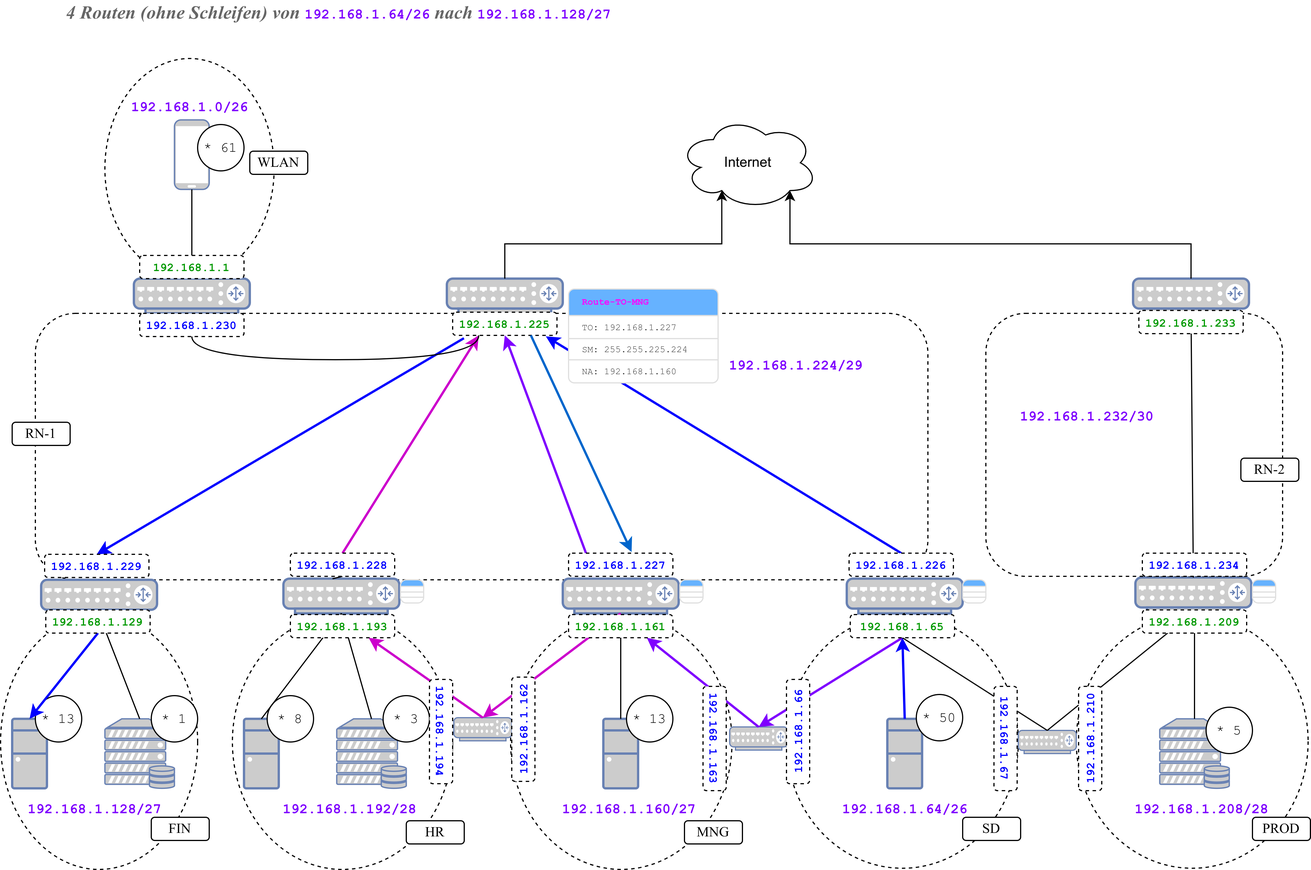
Before: sources/lf.09/img.lf/ipv4-segmentation-task-routes.png, a diagram exported from draw.io (pro-tirone-computatri/protico.ltx). Source tidied: cells renumbered, new cells last; positions are measured from the earlier drawing's top-left corner, leaving out a move shared by most shapes.
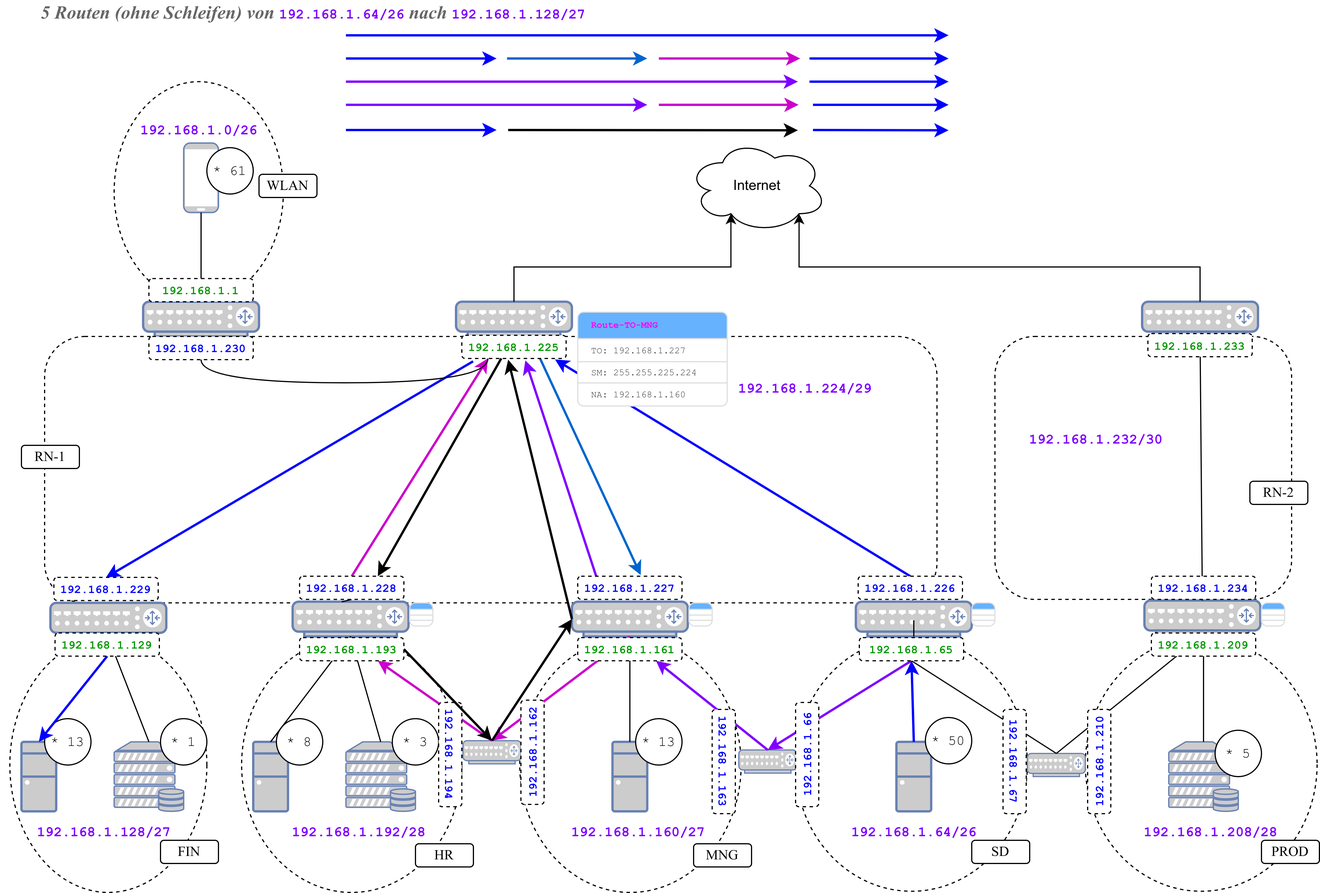
The same diagram one commit later.

What changed in the source:
```diff
@@ -2,6 +2,9 @@
   <root>
     <mxCell id="0" />
     <mxCell id="1" parent="0" />
+    <mxCell id="39" style="rounded=1;whiteSpace=wrap;html=1;dashed=1;" parent="1" vertex="1">
+      <mxGeometry x="850" y="270" width="256" height="227" as="geometry" />
+    </mxCell>
     <mxCell id="2" style="ellipse;whiteSpace=wrap;html=1;dashed=1;" parent="1" vertex="1">
       <mxGeometry x="90" y="50" width="146" height="190" as="geometry" />
     </mxCell>
@@ -107,15 +110,12 @@
     <mxCell id="36" style="endArrow=classic;html=1;rounded=0;entryX=0.25;entryY=1;entryDx=0;entryDy=0;exitX=0.5;exitY=0;exitDx=0;exitDy=0;strokeColor=#CC00CC;strokeWidth=2;endFill=1;" parent="1" edge="1" source="95" target="92">
       <mxGeometry relative="1" as="geometry" />
     </mxCell>
-    <mxCell id="37" style="endArrow=classic;html=1;rounded=0;entryX=0.5;entryY=1;entryDx=0;entryDy=0;exitX=0.25;exitY=1;exitDx=0;exitDy=0;strokeColor=#7F00FF;strokeWidth=2;startArrow=none;startFill=0;endFill=1;" parent="1" edge="1" source="128" target="92">
+    <mxCell id="37" style="endArrow=classic;html=1;rounded=0;entryX=0.609;entryY=1.081;entryDx=0;entryDy=0;exitX=0.25;exitY=1;exitDx=0;exitDy=0;strokeColor=#7F00FF;strokeWidth=2;startArrow=none;startFill=0;endFill=1;entryPerimeter=0;" parent="1" edge="1" source="128" target="92">
       <mxGeometry relative="1" as="geometry" />
     </mxCell>
     <mxCell id="38" style="endArrow=none;html=1;rounded=0;entryX=0.5;entryY=1;entryDx=0;entryDy=0;entryPerimeter=0;exitX=0.5;exitY=0;exitDx=0;exitDy=0;exitPerimeter=0;" parent="1" edge="1" source="92" target="30">
       <mxGeometry relative="1" as="geometry" />
     </mxCell>
-    <mxCell id="39" style="rounded=1;whiteSpace=wrap;html=1;dashed=1;" parent="1" vertex="1">
-      <mxGeometry x="850" y="270" width="256" height="227" as="geometry" />
-    </mxCell>
     <mxCell id="40" style="endArrow=none;html=1;rounded=0;entryX=0.5;entryY=1;entryDx=0;entryDy=0;entryPerimeter=0;exitX=0.5;exitY=0;exitDx=0;exitDy=0;exitPerimeter=0;" parent="1" edge="1" source="25" target="31">
       <mxGeometry relative="1" as="geometry" />
     </mxCell>
@@ -152,8 +152,10 @@
     <mxCell id="51" style="endArrow=classic;html=1;rounded=0;exitX=0.5;exitY=0;exitDx=0;exitDy=0;exitPerimeter=0;strokeColor=#0000FF;strokeWidth=2;entryX=0.5;entryY=1;entryDx=0;entryDy=0;endFill=1;" parent="1" edge="1" source="23" target="69">
       <mxGeometry relative="1" as="geometry" />
     </mxCell>
-    <mxCell id="52" style="endArrow=none;html=1;rounded=0;entryX=0.5;entryY=1;entryDx=0;entryDy=0;entryPerimeter=0;exitX=0.5;exitY=0;exitDx=0;exitDy=0;exitPerimeter=0;" parent="1" edge="1" source="69" target="22">
-      <mxGeometry relative="1" as="geometry" />
+    <mxCell id="52" style="endArrow=none;html=1;rounded=0;entryX=0.5;entryY=1;entryDx=0;entryDy=0;entryPerimeter=0;exitX=0.5;exitY=0;exitDx=0;exitDy=0;exitPerimeter=0;" parent="1" edge="1" target="22">
+      <mxGeometry relative="1" as="geometry">
+        <mxPoint x="780" y="515.1" as="sourcePoint" />
+      </mxGeometry>
     </mxCell>
     <mxCell id="53" style="fontColor=#0066CC;verticalAlign=top;verticalLabelPosition=bottom;labelPosition=center;align=center;html=1;outlineConnect=0;fillColor=#CCCCCC;strokeColor=#6881B3;gradientColor=none;gradientDirection=north;strokeWidth=2;shape=mxgraph.networks.router;" parent="1" vertex="1">
       <mxGeometry x="115" y="240" width="100" height="30" as="geometry" />
@@ -191,8 +193,8 @@
     <mxCell id="64" value="&lt;font face=&quot;Garamond&quot;&gt;RN-2&lt;/font&gt;" style="rounded=1;whiteSpace=wrap;html=1;" parent="1" vertex="1">
       <mxGeometry x="1070" y="395" width="50" height="20" as="geometry" />
     </mxCell>
-    <mxCell id="65" value="&lt;font face=&quot;Garamond&quot; color=&quot;#666666&quot;&gt;&lt;span style=&quot;font-size: 16px;&quot;&gt;&lt;b&gt;&lt;i&gt;4 Routen (ohne Schleifen) von&amp;nbsp;&lt;/i&gt;&lt;/b&gt;&lt;/span&gt;&lt;/font&gt;&lt;b style=&quot;color: rgb(127, 0, 255); font-family: &amp;quot;Courier New&amp;quot;;&quot;&gt;192.168.1.64/26&lt;/b&gt;&lt;font face=&quot;Garamond&quot; color=&quot;#666666&quot;&gt;&lt;span style=&quot;font-size: 16px;&quot;&gt;&lt;b&gt;&lt;i&gt;&amp;nbsp;nach&amp;nbsp;&lt;/i&gt;&lt;/b&gt;&lt;/span&gt;&lt;/font&gt;&lt;b style=&quot;color: rgb(127, 0, 255); font-family: &amp;quot;Courier New&amp;quot;;&quot;&gt;192.168.1.128/27&lt;/b&gt;&lt;font face=&quot;Garamond&quot; color=&quot;#666666&quot;&gt;&lt;span style=&quot;font-size: 16px;&quot;&gt;&lt;b&gt;&lt;i&gt;&amp;nbsp;&amp;nbsp;&lt;/i&gt;&lt;/b&gt;&lt;/span&gt;&lt;/font&gt;" style="text;html=1;align=center;verticalAlign=middle;whiteSpace=wrap;rounded=0;" parent="1" vertex="1">
-      <mxGeometry x="22" width="548" height="20" as="geometry" />
+    <mxCell id="65" value="&lt;font face=&quot;Garamond&quot; color=&quot;#666666&quot;&gt;&lt;span style=&quot;font-size: 16px;&quot;&gt;&lt;b&gt;&lt;i&gt;5 Routen (ohne Schleifen) von&amp;nbsp;&lt;/i&gt;&lt;/b&gt;&lt;/span&gt;&lt;/font&gt;&lt;b style=&quot;color: rgb(127, 0, 255); font-family: &amp;quot;Courier New&amp;quot;;&quot;&gt;192.168.1.64/26&lt;/b&gt;&lt;font face=&quot;Garamond&quot; color=&quot;#666666&quot;&gt;&lt;span style=&quot;font-size: 16px;&quot;&gt;&lt;b&gt;&lt;i&gt;&amp;nbsp;nach&amp;nbsp;&lt;/i&gt;&lt;/b&gt;&lt;/span&gt;&lt;/font&gt;&lt;b style=&quot;color: rgb(127, 0, 255); font-family: &amp;quot;Courier New&amp;quot;;&quot;&gt;192.168.1.128/27&lt;/b&gt;&lt;font face=&quot;Garamond&quot; color=&quot;#666666&quot;&gt;&lt;span style=&quot;font-size: 16px;&quot;&gt;&lt;b&gt;&lt;i&gt;&amp;nbsp;&amp;nbsp;&lt;/i&gt;&lt;/b&gt;&lt;/span&gt;&lt;/font&gt;" style="text;html=1;align=center;verticalAlign=middle;whiteSpace=wrap;rounded=0;" parent="1" vertex="1">
+      <mxGeometry x="-8" y="-20" width="548" height="20" as="geometry" />
     </mxCell>
     <mxCell id="66" value="&lt;font color=&quot;#009900&quot; style=&quot;font-size: 10px;&quot; face=&quot;Courier New&quot;&gt;&lt;b style=&quot;&quot;&gt;192.168.1.1&lt;/b&gt;&lt;/font&gt;" style="rounded=1;whiteSpace=wrap;html=1;dashed=1;" parent="1" vertex="1">
       <mxGeometry x="120" y="220" width="90" height="20" as="geometry" />
@@ -203,9 +205,6 @@
     <mxCell id="68" style="endArrow=none;html=1;rounded=0;entryX=0.5;entryY=1;entryDx=0;entryDy=0;entryPerimeter=0;exitX=0.5;exitY=0;exitDx=0;exitDy=0;exitPerimeter=0;" parent="1" edge="1" source="29" target="69">
       <mxGeometry relative="1" as="geometry" />
     </mxCell>
-    <mxCell id="69" value="&lt;font color=&quot;#009900&quot; style=&quot;font-size: 10px;&quot; face=&quot;Courier New&quot;&gt;&lt;b style=&quot;&quot;&gt;192.168.1.65&lt;/b&gt;&lt;/font&gt;" style="rounded=1;whiteSpace=wrap;html=1;dashed=1;" parent="1" vertex="1">
-      <mxGeometry x="733" y="530" width="90" height="20" as="geometry" />
-    </mxCell>
     <mxCell id="70" value="&lt;font style=&quot;font-size: 10px;&quot; color=&quot;#0000ff&quot; face=&quot;Courier New&quot;&gt;&lt;b style=&quot;&quot;&gt;192.168.1.66&lt;/b&gt;&lt;/font&gt;" style="rounded=1;whiteSpace=wrap;html=1;dashed=1;rotation=-90;" parent="1" vertex="1">
       <mxGeometry x="643" y="621" width="90" height="20" as="geometry" />
     </mxCell>
@@ -260,9 +259,6 @@
     <mxCell id="87" value="&lt;font color=&quot;#7f00ff&quot; face=&quot;Courier New&quot;&gt;&lt;b&gt;192.168.1.232/30&lt;/b&gt;&lt;/font&gt;" style="text;html=1;align=center;verticalAlign=middle;whiteSpace=wrap;rounded=0;fontSize=12;" parent="1" vertex="1">
       <mxGeometry x="880" y="344" width="115" height="30" as="geometry" />
     </mxCell>
-    <mxCell id="88" value="&lt;font color=&quot;#009900&quot; style=&quot;font-size: 10px;&quot; face=&quot;Courier New&quot;&gt;&lt;b style=&quot;&quot;&gt;192.168.1.233&lt;/b&gt;&lt;/font&gt;" style="rounded=1;whiteSpace=wrap;html=1;dashed=1;" parent="1" vertex="1">
-      <mxGeometry x="982" y="267.5" width="90" height="20" as="geometry" />
-    </mxCell>
     <mxCell id="89" value="&lt;font style=&quot;font-size: 10px;&quot; color=&quot;#0000ff&quot; face=&quot;Courier New&quot;&gt;&lt;b style=&quot;&quot;&gt;192.168.1.234&lt;/b&gt;&lt;/font&gt;" style="rounded=1;whiteSpace=wrap;html=1;dashed=1;" parent="1" vertex="1">
       <mxGeometry x="985" y="477" width="90" height="20" as="geometry" />
     </mxCell>
@@ -272,9 +268,6 @@
     <mxCell id="91" style="endArrow=classic;html=1;rounded=0;entryX=0.893;entryY=1.04;entryDx=0;entryDy=0;entryPerimeter=0;exitX=0.5;exitY=0;exitDx=0;exitDy=0;fontStyle=4;strokeColor=#0000FF;strokeWidth=2;startArrow=none;startFill=0;endFill=1;" parent="1" edge="1" source="93" target="92">
       <mxGeometry relative="1" as="geometry" />
     </mxCell>
-    <mxCell id="92" value="&lt;font color=&quot;#009900&quot; style=&quot;font-size: 10px;&quot; face=&quot;Courier New&quot;&gt;&lt;b style=&quot;&quot;&gt;192.168.1.225&lt;/b&gt;&lt;/font&gt;" style="rounded=1;whiteSpace=wrap;html=1;dashed=1;" parent="1" vertex="1">
-      <mxGeometry x="390" y="269" width="90" height="20" as="geometry" />
-    </mxCell>
     <mxCell id="93" value="&lt;font style=&quot;font-size: 10px;&quot; color=&quot;#0000ff&quot; face=&quot;Courier New&quot;&gt;&lt;b style=&quot;&quot;&gt;192.168.1.226&lt;/b&gt;&lt;/font&gt;" style="rounded=1;whiteSpace=wrap;html=1;dashed=1;" parent="1" vertex="1">
       <mxGeometry x="732" y="477" width="90" height="20" as="geometry" />
     </mxCell>
@@ -383,5 +376,111 @@
     <mxCell id="128" value="&lt;font style=&quot;font-size: 10px;&quot; color=&quot;#0000ff&quot; face=&quot;Courier New&quot;&gt;&lt;b style=&quot;&quot;&gt;192.168.1.227&lt;/b&gt;&lt;/font&gt;" style="rounded=1;whiteSpace=wrap;html=1;dashed=1;" parent="1" vertex="1">
       <mxGeometry x="490" y="477" width="90" height="20" as="geometry" />
     </mxCell>
+    <mxCell id="92" value="&lt;font color=&quot;#009900&quot; style=&quot;font-size: 10px;&quot; face=&quot;Courier New&quot;&gt;&lt;b style=&quot;&quot;&gt;192.168.1.225&lt;/b&gt;&lt;/font&gt;" style="rounded=1;whiteSpace=wrap;html=1;dashed=1;" parent="1" vertex="1">
+      <mxGeometry x="390" y="269" width="90" height="20" as="geometry" />
+    </mxCell>
+    <mxCell id="88" value="&lt;font color=&quot;#009900&quot; style=&quot;font-size: 10px;&quot; face=&quot;Courier New&quot;&gt;&lt;b style=&quot;&quot;&gt;192.168.1.233&lt;/b&gt;&lt;/font&gt;" style="rounded=1;whiteSpace=wrap;html=1;dashed=1;" parent="1" vertex="1">
+      <mxGeometry x="982" y="267.5" width="90" height="20" as="geometry" />
+    </mxCell>
+    <mxCell id="129" style="endArrow=none;html=1;rounded=0;entryX=0.5;entryY=1;entryDx=0;entryDy=0;entryPerimeter=0;exitX=0.5;exitY=0;exitDx=0;exitDy=0;exitPerimeter=0;" parent="1" edge="1" source="69">
+      <mxGeometry relative="1" as="geometry">
+        <mxPoint x="780" y="548.1" as="targetPoint" />
+      </mxGeometry>
+    </mxCell>
+    <mxCell id="69" value="&lt;font color=&quot;#009900&quot; style=&quot;font-size: 10px;&quot; face=&quot;Courier New&quot;&gt;&lt;b style=&quot;&quot;&gt;192.168.1.65&lt;/b&gt;&lt;/font&gt;" style="rounded=1;whiteSpace=wrap;html=1;dashed=1;" parent="1" vertex="1">
+      <mxGeometry x="733" y="530" width="90" height="20" as="geometry" />
+    </mxCell>
+    <mxCell id="130" style="endArrow=none;html=1;rounded=0;entryX=0.378;entryY=0.998;entryDx=0;entryDy=0;strokeColor=#000000;strokeWidth=2;endFill=0;startArrow=classic;startFill=1;exitX=0.75;exitY=0;exitDx=0;exitDy=0;entryPerimeter=0;" parent="1" edge="1" source="95" target="92">
+      <mxGeometry relative="1" as="geometry" />
+    </mxCell>
+    <mxCell id="131" style="endArrow=none;html=1;rounded=0;entryX=1;entryY=0.5;entryDx=0;entryDy=0;strokeColor=#000000;strokeWidth=2;endFill=0;startArrow=classic;startFill=1;exitX=0.5;exitY=0;exitDx=0;exitDy=0;exitPerimeter=0;" parent="1" edge="1" source="27" target="84">
+      <mxGeometry relative="1" as="geometry" />
+    </mxCell>
+    <mxCell id="132" style="endArrow=none;html=1;rounded=0;entryX=0.5;entryY=0;entryDx=0;entryDy=0;strokeColor=#000000;strokeWidth=2;endFill=0;startArrow=classic;startFill=1;exitX=0;exitY=0.5;exitDx=0;exitDy=0;exitPerimeter=0;entryPerimeter=0;" parent="1" edge="1" source="19" target="27">
+      <mxGeometry relative="1" as="geometry" />
+    </mxCell>
+    <mxCell id="133" style="endArrow=none;html=1;rounded=0;entryX=0;entryY=0.5;entryDx=0;entryDy=0;strokeColor=#000000;strokeWidth=2;endFill=0;startArrow=classic;startFill=1;entryPerimeter=0;" parent="1" edge="1" target="19">
+      <mxGeometry relative="1" as="geometry">
+        <mxPoint x="430" y="290" as="sourcePoint" />
+      </mxGeometry>
+    </mxCell>
+    <mxCell id="134" style="endArrow=classic;html=1;rounded=0;strokeColor=#0000FF;strokeWidth=2;endFill=1;" parent="1" edge="1">
+      <mxGeometry relative="1" as="geometry">
+        <mxPoint x="290" y="10" as="sourcePoint" />
+        <mxPoint x="810" y="10" as="targetPoint" />
+      </mxGeometry>
+    </mxCell>
+    <mxCell id="135" style="endArrow=classic;html=1;rounded=0;strokeColor=#0000FF;strokeWidth=2;endFill=1;" parent="1" edge="1">
+      <mxGeometry relative="1" as="geometry">
+        <mxPoint x="290" y="30" as="sourcePoint" />
+        <mxPoint x="420" y="30" as="targetPoint" />
+      </mxGeometry>
+    </mxCell>
+    <mxCell id="136" style="endArrow=none;html=1;rounded=0;entryX=0.75;entryY=1;entryDx=0;entryDy=0;strokeColor=#0066CC;strokeWidth=2;endFill=0;startArrow=classic;startFill=1;" parent="1" edge="1">
+      <mxGeometry relative="1" as="geometry">
+        <mxPoint x="550" y="30" as="sourcePoint" />
+        <mxPoint x="429" y="30" as="targetPoint" />
+      </mxGeometry>
+    </mxCell>
+    <mxCell id="137" style="endArrow=none;html=1;rounded=0;entryX=0.5;entryY=1;entryDx=0;entryDy=0;entryPerimeter=0;strokeWidth=2;strokeColor=#CC00CC;endFill=0;startArrow=classic;startFill=1;" parent="1" edge="1">
+      <mxGeometry relative="1" as="geometry">
+        <mxPoint x="682" y="30" as="sourcePoint" />
+        <mxPoint x="560" y="30" as="targetPoint" />
+      </mxGeometry>
+    </mxCell>
+    <mxCell id="138" style="endArrow=classic;html=1;rounded=0;strokeColor=#0000FF;strokeWidth=2;endFill=1;" parent="1" edge="1">
+      <mxGeometry relative="1" as="geometry">
+        <mxPoint x="690" y="30" as="sourcePoint" />
+        <mxPoint x="810" y="30" as="targetPoint" />
+      </mxGeometry>
+    </mxCell>
+    <mxCell id="139" style="endArrow=none;html=1;rounded=0;strokeColor=#7F00FF;strokeWidth=2;endFill=0;startArrow=classic;startFill=1;" parent="1" edge="1">
+      <mxGeometry relative="1" as="geometry">
+        <mxPoint x="680" y="50" as="sourcePoint" />
+        <mxPoint x="290" y="50" as="targetPoint" />
+      </mxGeometry>
+    </mxCell>
+    <mxCell id="140" style="endArrow=classic;html=1;rounded=0;strokeColor=#0000FF;strokeWidth=2;endFill=1;" parent="1" edge="1">
+      <mxGeometry relative="1" as="geometry">
+        <mxPoint x="690" y="50" as="sourcePoint" />
+        <mxPoint x="810" y="50" as="targetPoint" />
+      </mxGeometry>
+    </mxCell>
+    <mxCell id="141" style="endArrow=none;html=1;rounded=0;strokeColor=#7F00FF;strokeWidth=2;endFill=0;startArrow=classic;startFill=1;" parent="1" edge="1">
+      <mxGeometry relative="1" as="geometry">
+        <mxPoint x="550" y="70" as="sourcePoint" />
+        <mxPoint x="290" y="70" as="targetPoint" />
+      </mxGeometry>
+    </mxCell>
+    <mxCell id="142" style="endArrow=none;html=1;rounded=0;entryX=0.5;entryY=1;entryDx=0;entryDy=0;entryPerimeter=0;strokeWidth=2;strokeColor=#CC00CC;endFill=0;startArrow=classic;startFill=1;exitX=0.88;exitY=0.25;exitDx=0;exitDy=0;exitPerimeter=0;" parent="1" edge="1">
+      <mxGeometry relative="1" as="geometry">
+        <mxPoint x="680.6" y="70" as="sourcePoint" />
+        <mxPoint x="560" y="70" as="targetPoint" />
+      </mxGeometry>
+    </mxCell>
+    <mxCell id="143" style="endArrow=classic;html=1;rounded=0;strokeColor=#0000FF;strokeWidth=2;endFill=1;" parent="1" edge="1">
+      <mxGeometry relative="1" as="geometry">
+        <mxPoint x="693" y="91.8" as="sourcePoint" />
+        <mxPoint x="810" y="92" as="targetPoint" />
+      </mxGeometry>
+    </mxCell>
+    <mxCell id="144" style="endArrow=classic;html=1;rounded=0;strokeColor=#0000FF;strokeWidth=2;endFill=1;" parent="1" edge="1">
+      <mxGeometry relative="1" as="geometry">
+        <mxPoint x="290" y="91.8" as="sourcePoint" />
+        <mxPoint x="420" y="91.8" as="targetPoint" />
+      </mxGeometry>
+    </mxCell>
+    <mxCell id="145" style="endArrow=classic;html=1;rounded=0;strokeColor=#000000;strokeWidth=2;endFill=1;" parent="1" edge="1">
+      <mxGeometry relative="1" as="geometry">
+        <mxPoint x="430" y="91.8" as="sourcePoint" />
+        <mxPoint x="680" y="92" as="targetPoint" />
+      </mxGeometry>
+    </mxCell>
+    <mxCell id="146" style="endArrow=classic;html=1;rounded=0;strokeColor=#0000FF;strokeWidth=2;endFill=1;" parent="1" edge="1">
+      <mxGeometry relative="1" as="geometry">
+        <mxPoint x="693" y="70" as="sourcePoint" />
+        <mxPoint x="810" y="70" as="targetPoint" />
+      </mxGeometry>
+    </mxCell>
   </root>
 </mxGraphModel>
```
